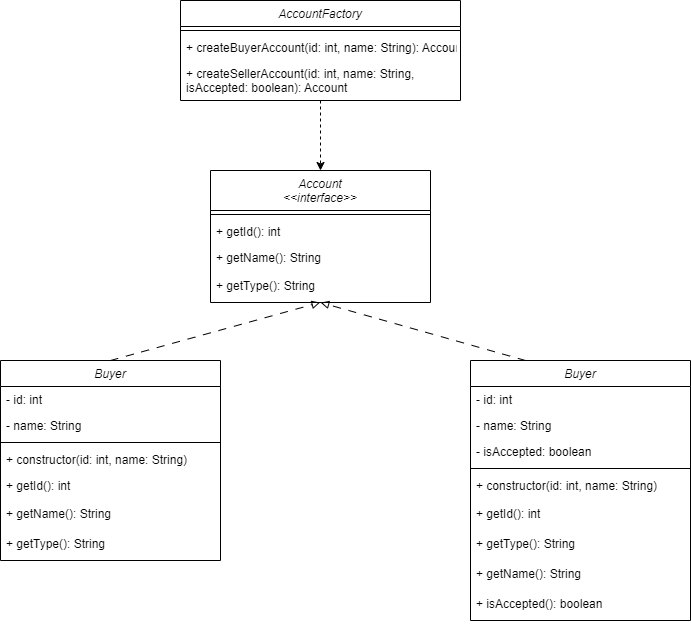
The draw.io diagram Images/Design_Document/Factory.png in Osnaga-Robert/E-commerce_app, before a commit. Source tidied: cells renumbered, new cells last; positions are measured from the earlier drawing's top-left corner, leaving out a move shared by most shapes. Its diagram source:
```xml
<mxGraphModel>
  <root>
    <mxCell id="0" />
    <mxCell id="1" parent="0" />
    <mxCell id="2" value="AccountFactory" style="swimlane;fontStyle=2;align=center;verticalAlign=top;horizontal=1;startSize=26;rounded=0;shadow=0;strokeWidth=1;" parent="1" vertex="1">
      <mxGeometry x="180" width="280" height="100" as="geometry" />
    </mxCell>
    <mxCell id="3" style="line;html=1;strokeWidth=1;align=left;verticalAlign=middle;spacingTop=-1;spacingLeft=3;spacingRight=3;labelPosition=right;" parent="2" vertex="1">
      <mxGeometry y="26" width="280" height="8" as="geometry" />
    </mxCell>
    <mxCell id="4" value="+ createBuyerAccount(id: int, name: String): Account" style="text;align=left;verticalAlign=top;spacingLeft=4;spacingRight=4;overflow=hidden;" parent="2" vertex="1">
      <mxGeometry y="34" width="280" height="26" as="geometry" />
    </mxCell>
    <mxCell id="5" value="+ createSellerAccount(id: int, name: String, &#10;isAccepted: boolean): Account" style="text;align=left;verticalAlign=top;spacingLeft=4;spacingRight=4;overflow=hidden;" parent="2" vertex="1">
      <mxGeometry y="60" width="280" height="38" as="geometry" />
    </mxCell>
    <mxCell id="6" value="Account&#10;&lt;&lt;interface&gt;&gt;" style="swimlane;fontStyle=2;align=center;verticalAlign=top;horizontal=1;startSize=40;rounded=0;shadow=0;strokeWidth=1;" parent="1" vertex="1">
      <mxGeometry x="210" y="170" width="220" height="132" as="geometry" />
    </mxCell>
    <mxCell id="7" style="line;html=1;strokeWidth=1;align=left;verticalAlign=middle;spacingTop=-1;spacingLeft=3;spacingRight=3;labelPosition=right;" parent="6" vertex="1">
      <mxGeometry y="40" width="220" height="8" as="geometry" />
    </mxCell>
    <mxCell id="8" value="+ getId(): int" style="text;align=left;verticalAlign=top;spacingLeft=4;spacingRight=4;overflow=hidden;" parent="6" vertex="1">
      <mxGeometry y="48" width="220" height="26" as="geometry" />
    </mxCell>
    <mxCell id="9" value="+ getName(): String" style="text;align=left;verticalAlign=top;spacingLeft=4;spacingRight=4;overflow=hidden;" parent="6" vertex="1">
      <mxGeometry y="74" width="220" height="28" as="geometry" />
    </mxCell>
    <mxCell id="10" value="+ getType(): String" style="text;align=left;verticalAlign=top;spacingLeft=4;spacingRight=4;overflow=hidden;points=[[0,0.5],[1,0.5]];portConstraint=eastwest;" parent="6" vertex="1">
      <mxGeometry y="102" width="220" height="30" as="geometry" />
    </mxCell>
    <mxCell id="11" value="Buyer" style="swimlane;fontStyle=2;align=center;verticalAlign=top;horizontal=1;startSize=26;rounded=0;shadow=0;strokeWidth=1;" parent="1" vertex="1">
      <mxGeometry y="360" width="220" height="200" as="geometry" />
    </mxCell>
    <mxCell id="12" value="- id: int" style="text;align=left;verticalAlign=top;spacingLeft=4;spacingRight=4;overflow=hidden;" parent="11" vertex="1">
      <mxGeometry y="26" width="220" height="26" as="geometry" />
    </mxCell>
    <mxCell id="13" value="- name: String" style="text;align=left;verticalAlign=top;spacingLeft=4;spacingRight=4;overflow=hidden;rounded=0;shadow=0;html=0;" parent="11" vertex="1">
      <mxGeometry y="52" width="220" height="26" as="geometry" />
    </mxCell>
    <mxCell id="14" style="line;html=1;strokeWidth=1;align=left;verticalAlign=middle;spacingTop=-1;spacingLeft=3;spacingRight=3;labelPosition=right;" parent="11" vertex="1">
      <mxGeometry y="78" width="220" height="8" as="geometry" />
    </mxCell>
    <mxCell id="15" value="+ constructor(id: int, name: String)" style="text;align=left;verticalAlign=top;spacingLeft=4;spacingRight=4;overflow=hidden;" parent="11" vertex="1">
      <mxGeometry y="86" width="220" height="26" as="geometry" />
    </mxCell>
    <mxCell id="16" value="+ getId(): int" style="text;align=left;verticalAlign=top;spacingLeft=4;spacingRight=4;overflow=hidden;" parent="11" vertex="1">
      <mxGeometry y="112" width="220" height="28" as="geometry" />
    </mxCell>
    <mxCell id="17" value="+ getName(): String" style="text;align=left;verticalAlign=top;spacingLeft=4;spacingRight=4;overflow=hidden;" parent="11" vertex="1">
      <mxGeometry y="140" width="220" height="30" as="geometry" />
    </mxCell>
    <mxCell id="18" value="+ getType(): String" style="text;align=left;verticalAlign=top;spacingLeft=4;spacingRight=4;overflow=hidden;" parent="11" vertex="1">
      <mxGeometry y="170" width="220" height="30" as="geometry" />
    </mxCell>
    <mxCell id="19" value="Buyer" style="swimlane;fontStyle=2;align=center;verticalAlign=top;horizontal=1;startSize=26;rounded=0;shadow=0;strokeWidth=1;" parent="1" vertex="1">
      <mxGeometry x="470" y="360" width="220" height="260" as="geometry" />
    </mxCell>
    <mxCell id="20" value="- id: int" style="text;align=left;verticalAlign=top;spacingLeft=4;spacingRight=4;overflow=hidden;" parent="19" vertex="1">
      <mxGeometry y="26" width="220" height="26" as="geometry" />
    </mxCell>
    <mxCell id="21" value="- name: String" style="text;align=left;verticalAlign=top;spacingLeft=4;spacingRight=4;overflow=hidden;rounded=0;shadow=0;html=0;" parent="19" vertex="1">
      <mxGeometry y="52" width="220" height="26" as="geometry" />
    </mxCell>
    <mxCell id="22" value="- isAccepted: boolean" style="text;align=left;verticalAlign=top;spacingLeft=4;spacingRight=4;overflow=hidden;" parent="19" vertex="1">
      <mxGeometry y="78" width="220" height="26" as="geometry" />
    </mxCell>
    <mxCell id="23" style="line;html=1;strokeWidth=1;align=left;verticalAlign=middle;spacingTop=-1;spacingLeft=3;spacingRight=3;labelPosition=right;" parent="19" vertex="1">
      <mxGeometry y="104" width="220" height="8" as="geometry" />
    </mxCell>
    <mxCell id="24" value="+ constructor(id: int, name: String)" style="text;align=left;verticalAlign=top;spacingLeft=4;spacingRight=4;overflow=hidden;" parent="19" vertex="1">
      <mxGeometry y="112" width="220" height="28" as="geometry" />
    </mxCell>
    <mxCell id="25" value="+ getId(): int" style="text;align=left;verticalAlign=top;spacingLeft=4;spacingRight=4;overflow=hidden;" parent="19" vertex="1">
      <mxGeometry y="140" width="220" height="30" as="geometry" />
    </mxCell>
    <mxCell id="26" value="+ getType(): String" style="text;align=left;verticalAlign=top;spacingLeft=4;spacingRight=4;overflow=hidden;" parent="19" vertex="1">
      <mxGeometry y="170" width="220" height="30" as="geometry" />
    </mxCell>
    <mxCell id="27" value="+ getName(): String" style="text;align=left;verticalAlign=top;spacingLeft=4;spacingRight=4;overflow=hidden;" parent="19" vertex="1">
      <mxGeometry y="200" width="220" height="30" as="geometry" />
    </mxCell>
    <mxCell id="28" value="+ isAccepted(): boolean" style="text;align=left;verticalAlign=top;spacingLeft=4;spacingRight=4;overflow=hidden;" parent="19" vertex="1">
      <mxGeometry y="230" width="220" height="30" as="geometry" />
    </mxCell>
    <mxCell id="29" style="endArrow=classic;html=1;rounded=0;entryX=0.5;entryY=0;entryDx=0;entryDy=0;exitX=0.5;exitY=1;exitDx=0;exitDy=0;dashed=1;" parent="1" edge="1" source="2" target="6">
      <mxGeometry relative="1" as="geometry" />
    </mxCell>
    <mxCell id="30" style="endArrow=block;html=1;rounded=0;exitX=0.5;exitY=0;exitDx=0;exitDy=0;entryX=0.498;entryY=1;entryDx=0;entryDy=0;entryPerimeter=0;endFill=0;dashed=1;dashPattern=8 8;" parent="1" edge="1" source="11" target="10">
      <mxGeometry relative="1" as="geometry" />
    </mxCell>
    <mxCell id="31" style="endArrow=block;html=1;rounded=0;exitX=0.25;exitY=0;exitDx=0;exitDy=0;endFill=0;dashed=1;dashPattern=8 8;entryX=0.501;entryY=1.002;entryDx=0;entryDy=0;entryPerimeter=0;" parent="1" edge="1" source="19" target="10">
      <mxGeometry relative="1" as="geometry" />
    </mxCell>
  </root>
</mxGraphModel>
```
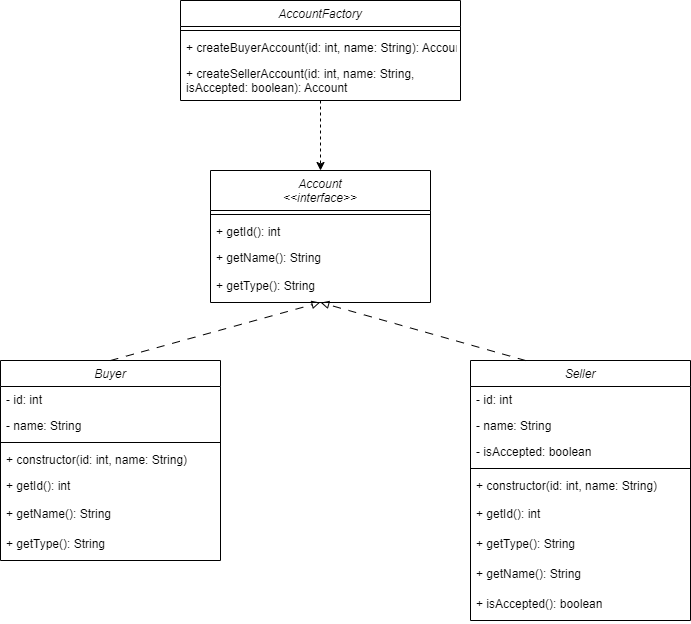
Above is the later version.

Diff of the diagram source:
```diff
@@ -53,7 +53,7 @@
     <mxCell id="18" value="+ getType(): String" style="text;align=left;verticalAlign=top;spacingLeft=4;spacingRight=4;overflow=hidden;" parent="11" vertex="1">
       <mxGeometry y="170" width="220" height="30" as="geometry" />
     </mxCell>
-    <mxCell id="19" value="Buyer" style="swimlane;fontStyle=2;align=center;verticalAlign=top;horizontal=1;startSize=26;rounded=0;shadow=0;strokeWidth=1;" parent="1" vertex="1">
+    <mxCell id="19" value="Seller" style="swimlane;fontStyle=2;align=center;verticalAlign=top;horizontal=1;startSize=26;rounded=0;shadow=0;strokeWidth=1;" parent="1" vertex="1">
       <mxGeometry x="470" y="360" width="220" height="260" as="geometry" />
     </mxCell>
     <mxCell id="20" value="- id: int" style="text;align=left;verticalAlign=top;spacingLeft=4;spacingRight=4;overflow=hidden;" parent="19" vertex="1">
```
